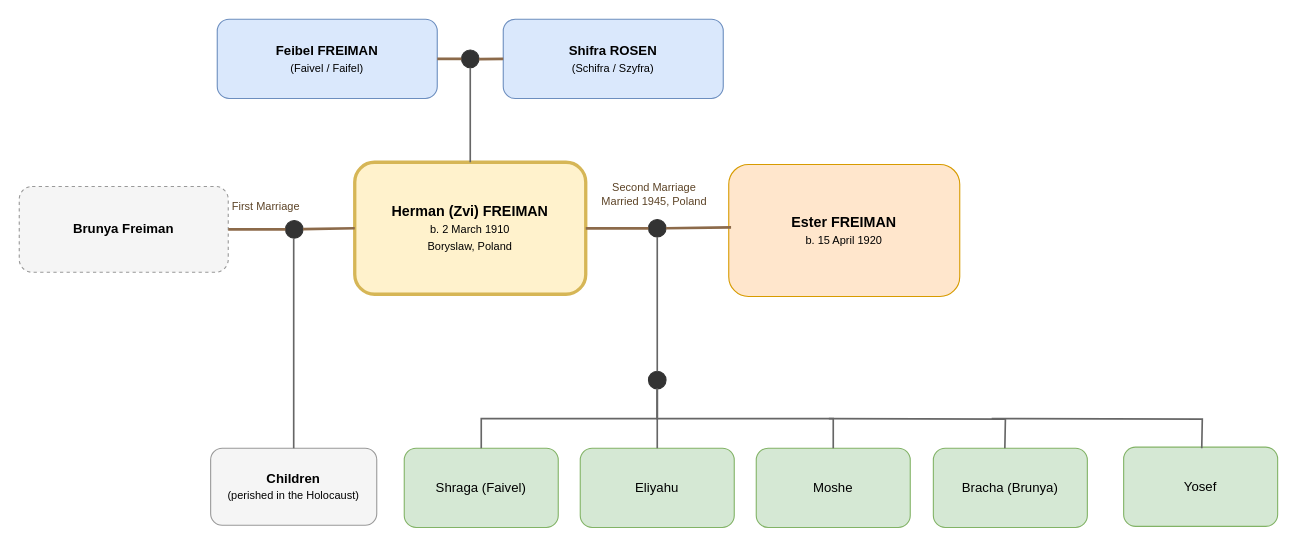
The draw.io diagram public/photos/Freiman_family_tree.drawio in sfsharon/herman-freiman, before the edit. Source tidied: cells renumbered, new cells numbered last; positions are measured from the earlier drawing's top-left corner, leaving out a move shared by most shapes. Both pictures are drawn from the tidied source at 110%, with x=0, y=0 at pixel (19, 19).
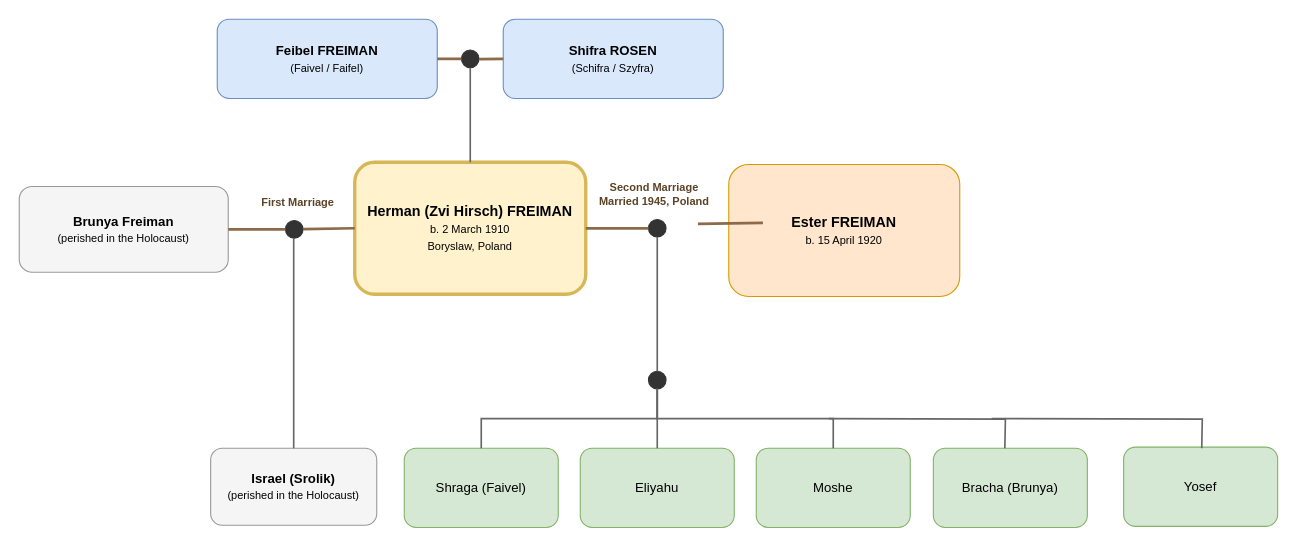
Above is the later version.

Commit message (it also covers changes not shown here):
Add Israel (Srolik) as the son of Brunya in the Family Tree diagram

The change refers to these unchanged cells:
```xml
<mxCell id="7" value="&lt;b&gt;Ester FREIMAN&lt;/b&gt;&lt;br&gt;&lt;font style='font-size:10px'&gt;b. 15 April 1920&lt;/font&gt;" style="rounded=1;whiteSpace=wrap;html=1;fillColor=#FFE6CC;strokeColor=#D79B00;fontSize=13;align=center;verticalAlign=middle;" parent="1" vertex="1">
  <mxGeometry x="645" y="132" width="210" height="120" as="geometry" />
</mxCell>
<mxCell id="9" style="ellipse;whiteSpace=wrap;html=1;fillColor=#333333;strokeColor=#333333;" parent="1" vertex="1">
  <mxGeometry x="572" y="182" width="16" height="16" as="geometry" />
</mxCell>
```

Change to the diagram source:
```diff
@@
-    <mxCell id="5" value="&lt;b&gt;Brunya Freiman&lt;/b&gt;" style="rounded=1;whiteSpace=wrap;html=1;dashed=1;fillColor=#F5F5F5;strokeColor=#999999;fontSize=12;align=center;verticalAlign=middle;" parent="1" vertex="1">
+    <mxCell id="5" value="&lt;b&gt;Brunya Freiman&lt;/b&gt;&lt;div&gt;&lt;span style=&quot;font-size: 10px;&quot;&gt;(perished in the Holocaust)&lt;/span&gt;&lt;b&gt;&lt;/b&gt;&lt;/div&gt;" style="rounded=1;whiteSpace=wrap;html=1;fillColor=#F5F5F5;strokeColor=#999999;fontSize=12;align=center;verticalAlign=middle;" parent="1" vertex="1">
       <mxGeometry y="152" width="190" height="78" as="geometry" />
     </mxCell>
-    <mxCell id="6" value="&lt;b&gt;Herman (Zvi) FREIMAN&lt;/b&gt;&lt;br&gt;&lt;font style=&quot;font-size:10px&quot;&gt;b. 2 March 1910&lt;br&gt;Boryslaw, Poland&lt;/font&gt;" style="rounded=1;whiteSpace=wrap;html=1;fillColor=#FFF2CC;strokeColor=#D6B656;strokeWidth=3;fontSize=13;align=center;verticalAlign=middle;" parent="1" vertex="1">
+    <mxCell id="6" value="&lt;b&gt;Herman (Zvi Hirsch) FREIMAN&lt;/b&gt;&lt;br&gt;&lt;font style=&quot;font-size:10px&quot;&gt;b. 2 March 1910&lt;br&gt;Boryslaw, Poland&lt;/font&gt;" style="rounded=1;whiteSpace=wrap;html=1;fillColor=#FFF2CC;strokeColor=#D6B656;strokeWidth=3;fontSize=13;align=center;verticalAlign=middle;" parent="1" vertex="1">
       <mxGeometry x="305" y="130" width="210" height="120" as="geometry" />
     </mxCell>
@@
-    <mxCell id="10" value="&lt;b&gt;Children&lt;/b&gt;&lt;br&gt;&lt;font style='font-size:10px'&gt;(perished in the Holocaust)&lt;/font&gt;" style="rounded=1;whiteSpace=wrap;html=1;fillColor=#F5F5F5;strokeColor=#999999;fontSize=12;align=center;verticalAlign=middle;" parent="1" vertex="1">
+    <mxCell id="10" value="&lt;b&gt;Israel (Srolik)&lt;/b&gt;&lt;br&gt;&lt;font style=&quot;font-size:10px&quot;&gt;(perished in the Holocaust)&lt;/font&gt;" style="rounded=1;whiteSpace=wrap;html=1;fillColor=#F5F5F5;strokeColor=#999999;fontSize=12;align=center;verticalAlign=middle;" parent="1" vertex="1">
       <mxGeometry x="174" y="390" width="151" height="70" as="geometry" />
     </mxCell>
@@
-    <mxCell id="21" value="Second Marriage&lt;div&gt;Married 1945, Poland&lt;/div&gt;" style="html=1;endArrow=none;startArrow=none;strokeColor=#8C6A4A;strokeWidth=2.5;fontSize=10;fontColor=#5C4326;entryX=0;entryY=0.5;" parent="1" edge="1">
+    <mxCell id="21" value="Second Marriage&lt;div&gt;Married 1945, Poland&lt;/div&gt;" style="html=1;endArrow=none;startArrow=none;strokeColor=#8C6A4A;strokeWidth=2.5;fontSize=10;fontColor=#5C4326;entryX=0;entryY=0.5;fontStyle=1;" parent="1" edge="1">
       <mxGeometry relative="1" as="geometry">
         <mxPoint x="548" y="159.8" as="sourcePoint" />
         <mxPoint x="605" y="158" as="targetPoint" />
       </mxGeometry>
     </mxCell>
@@
-    <mxCell id="27" value="First Marriage" style="html=1;endArrow=none;startArrow=none;strokeColor=#8C6A4A;strokeWidth=2.5;fontSize=10;fontColor=#5C4326;entryX=0.01;entryY=0.477;entryDx=0;entryDy=0;entryPerimeter=0;exitX=1;exitY=0.5;exitDx=0;exitDy=0;" parent="1" edge="1" source="9" target="7">
+    <mxCell id="27" value="First Marriage" style="html=1;endArrow=none;startArrow=none;strokeColor=#8C6A4A;strokeWidth=2.5;fontSize=10;fontColor=#5C4326;entryX=0.01;entryY=0.477;entryDx=0;entryDy=0;entryPerimeter=0;exitX=1;exitY=0.5;exitDx=0;exitDy=0;fontStyle=1;" parent="1" edge="1">
       <mxGeometry x="-1" y="359" relative="1" as="geometry">
+        <mxPoint x="617" y="186" as="sourcePoint" />
+        <mxPoint x="676.1" y="185.2" as="targetPoint" />
         <mxPoint x="-359" y="339" as="offset" />
       </mxGeometry>
     </mxCell>
```
